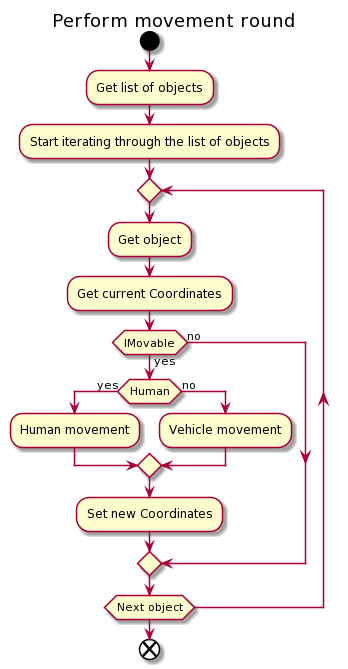
Earlier version of the PlantUML export dokumentacja/Activity_diagram/Movement_diagram/Perform movement round.png (karolWazny/plague-repo). Its diagram source:
```plantuml
@startuml
title Perform movement round
start
:Get list of objects;
:Start iterating through the list of objects;
repeat
:Get object;
:Get current Coordinates;
if(IMovable) then (yes)
    if(Human) then (yes)
        :Human movement;
    else (no)
        :Vehicle movement;
    endif
    :Set new Coordinates;
else (no)
endif
repeat while(Next object);
end
@enduml
```
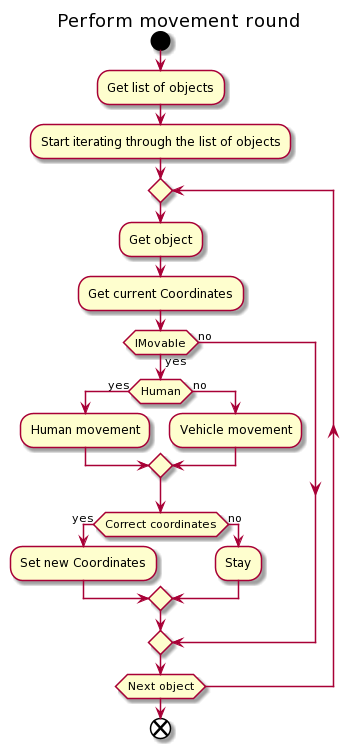
The same diagram one commit later.

Commit message:
Kolejne diagramy

What changed in the source:
```diff
@@ -12,7 +12,11 @@
     else (no)
         :Vehicle movement;
     endif
+    if(Correct coordinates) then (yes)
     :Set new Coordinates;
+    else (no)
+    :Stay;
+    endif
 else (no)
 endif
 repeat while(Next object);
```
